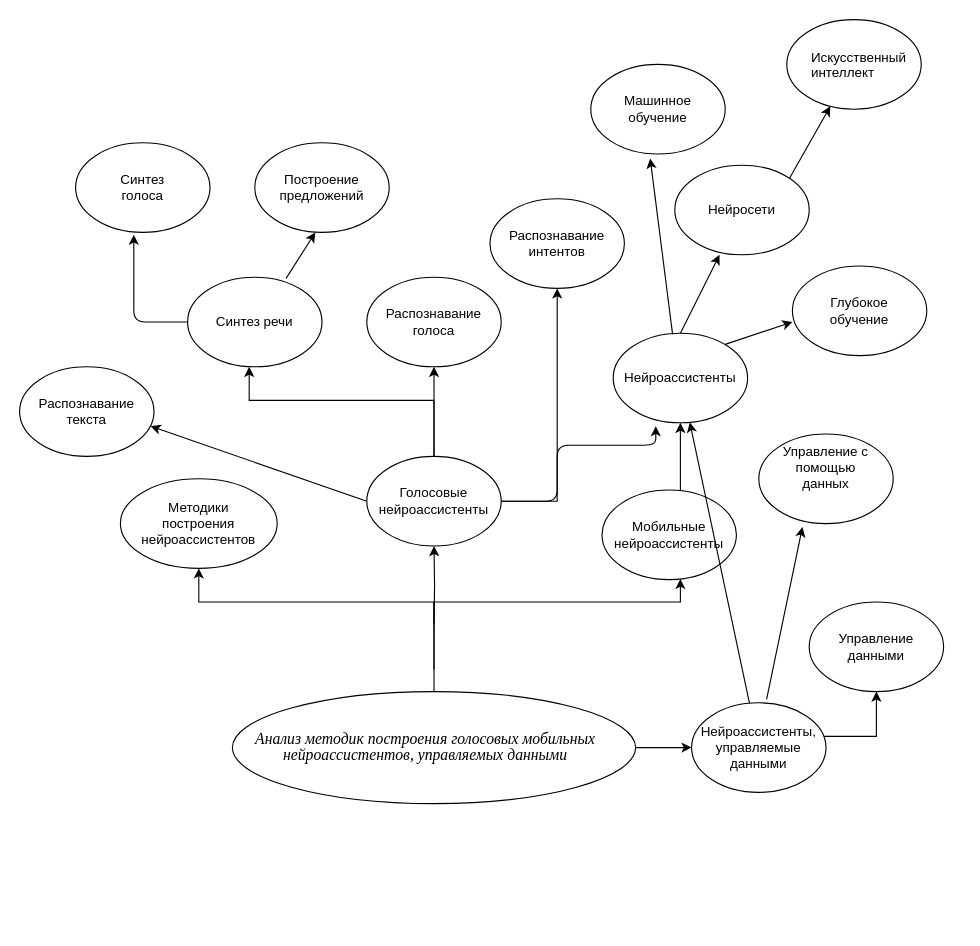
Above: mind_map.drawio in markelAV/mobile_app (draw.io), before the change. Source tidied: cells renumbered, new cells numbered last; positions are measured from the earlier drawing's top-left corner, leaving out a move shared by most shapes. Both pictures are drawn from the tidied source at 112%, with x=0, y=0 at pixel (19, 19).
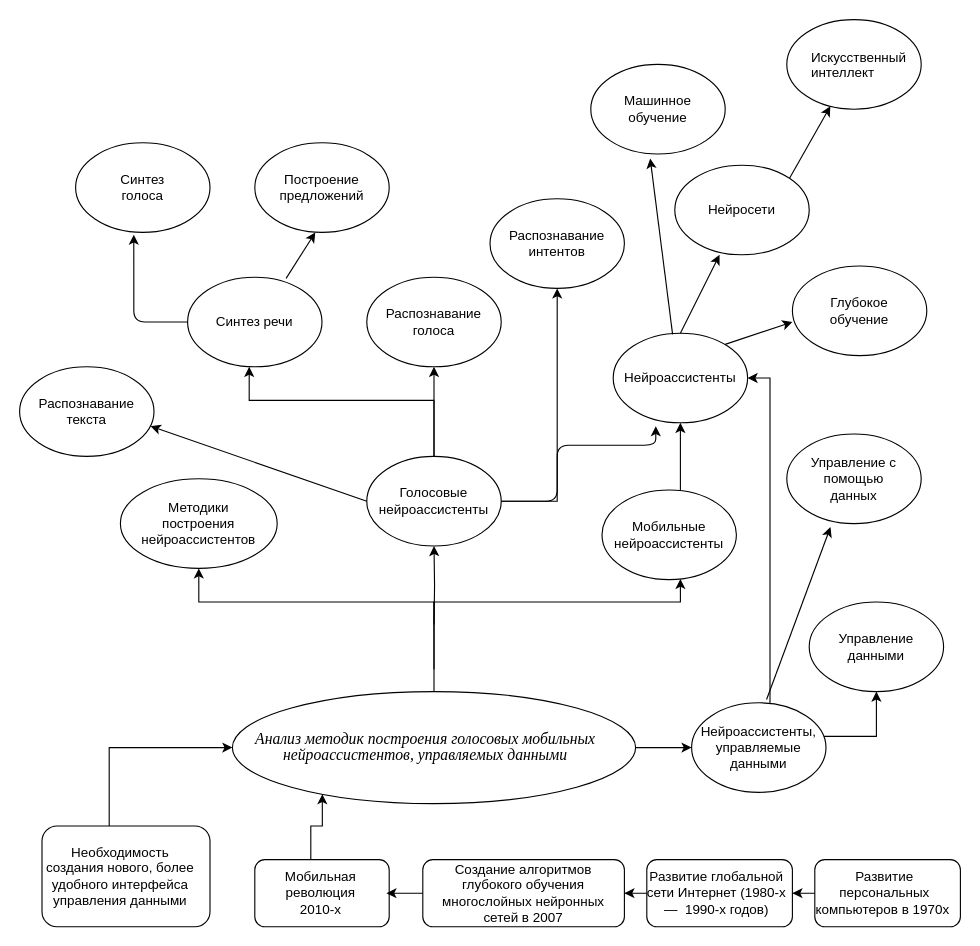
The same page after the edit.

The change refers to these unchanged cells:
```xml
<mxCell id="2" style="ellipse;whiteSpace=wrap;html=1;" parent="1" vertex="1">
  <mxGeometry x="190" y="600" width="360" height="100" as="geometry" />
</mxCell>
<mxCell id="29" style="ellipse;whiteSpace=wrap;html=1;" parent="1" vertex="1">
  <mxGeometry x="600" y="610" width="120" height="80" as="geometry" />
</mxCell>
<mxCell id="32" style="ellipse;whiteSpace=wrap;html=1;" parent="1" vertex="1">
  <mxGeometry x="530" y="280" width="120" height="80" as="geometry" />
</mxCell>
```

What changed in the source:
```diff
@@
     <mxCell id="25" style="ellipse;whiteSpace=wrap;html=1;" parent="1" vertex="1">
-      <mxGeometry x="660" y="370" width="120" height="80" as="geometry" />
+      <mxGeometry x="685" y="370" width="120" height="80" as="geometry" />
     </mxCell>
@@
     <mxCell id="27" style="edgeStyle=orthogonalEdgeStyle;rounded=0;jettySize=auto;html=1;" parent="1" edge="1" source="29" target="32">
       <mxGeometry relative="1" as="geometry">
         <Array as="points">
-          <mxPoint x="648" y="640" />
+          <mxPoint x="670" y="320" />
         </Array>
       </mxGeometry>
     </mxCell>
@@
     <mxCell id="40" value="Управление с помощью данных" style="text;html=1;strokeColor=none;fillColor=none;align=center;verticalAlign=middle;whiteSpace=wrap;rounded=0;" parent="1" vertex="1">
-      <mxGeometry x="670" y="380" width="100" height="40" as="geometry" />
+      <mxGeometry x="695" y="390" width="100" height="40" as="geometry" />
     </mxCell>
@@
+    <mxCell id="57" style="edgeStyle=orthogonalEdgeStyle;rounded=0;jettySize=auto;html=1;entryX=0.223;entryY=0.916;entryDx=0;entryDy=0;entryPerimeter=0;" parent="1" edge="1" source="58" target="2">
+      <mxGeometry relative="1" as="geometry">
+        <Array as="points">
+          <mxPoint x="260" y="720" />
+          <mxPoint x="270" y="720" />
+        </Array>
+      </mxGeometry>
+    </mxCell>
+    <mxCell id="58" style="rounded=1;whiteSpace=wrap;html=1;" parent="1" vertex="1">
+      <mxGeometry x="210" y="750" width="120" height="60" as="geometry" />
+    </mxCell>
+    <mxCell id="59" style="edgeStyle=orthogonalEdgeStyle;rounded=0;jettySize=auto;html=1;" parent="1" edge="1" source="60" target="63">
+      <mxGeometry relative="1" as="geometry" />
+    </mxCell>
+    <mxCell id="60" style="rounded=1;whiteSpace=wrap;html=1;" parent="1" vertex="1">
+      <mxGeometry x="360" y="750" width="180" height="60" as="geometry" />
+    </mxCell>
+    <mxCell id="61" style="edgeStyle=orthogonalEdgeStyle;rounded=0;jettySize=auto;html=1;" parent="1" edge="1" source="62" target="65">
+      <mxGeometry relative="1" as="geometry" />
+    </mxCell>
+    <mxCell id="62" style="rounded=1;whiteSpace=wrap;html=1;" parent="1" vertex="1">
+      <mxGeometry x="560" y="750" width="130" height="60" as="geometry" />
+    </mxCell>
+    <mxCell id="63" value="Мобильная революция&lt;br&gt;2010-x" style="text;html=1;strokeColor=none;fillColor=none;align=center;verticalAlign=middle;whiteSpace=wrap;rounded=0;" parent="1" vertex="1">
+      <mxGeometry x="210" y="770" width="117.5" height="20" as="geometry" />
+    </mxCell>
+    <mxCell id="64" value="Развитие глобальной сети Интернет (1980-х —&amp;nbsp; 1990-х годов)" style="text;html=1;strokeColor=none;fillColor=none;align=center;verticalAlign=middle;whiteSpace=wrap;rounded=0;" parent="1" vertex="1">
+      <mxGeometry x="555" y="770" width="135" height="20" as="geometry" />
+    </mxCell>
+    <mxCell id="65" value="Создание алгоритмов глубокого обучения многослойных нейронных сетей в 2007" style="text;html=1;strokeColor=none;fillColor=none;align=center;verticalAlign=middle;whiteSpace=wrap;rounded=0;" parent="1" vertex="1">
+      <mxGeometry x="360" y="760" width="180" height="40" as="geometry" />
+    </mxCell>
+    <mxCell id="66" style="edgeStyle=orthogonalEdgeStyle;rounded=0;jettySize=auto;html=1;" parent="1" edge="1" source="67" target="64">
+      <mxGeometry relative="1" as="geometry" />
+    </mxCell>
+    <mxCell id="67" style="rounded=1;whiteSpace=wrap;html=1;" parent="1" vertex="1">
+      <mxGeometry x="710" y="750" width="130" height="60" as="geometry" />
+    </mxCell>
+    <mxCell id="68" value="Развитие персональных компьютеров в 1970х&amp;nbsp;" style="text;html=1;strokeColor=none;fillColor=none;align=center;verticalAlign=middle;whiteSpace=wrap;rounded=0;" parent="1" vertex="1">
+      <mxGeometry x="705" y="770" width="135" height="20" as="geometry" />
+    </mxCell>
+    <mxCell id="69" style="edgeStyle=orthogonalEdgeStyle;rounded=0;jettySize=auto;html=1;entryX=0;entryY=0.5;entryDx=0;entryDy=0;" parent="1" edge="1" source="70" target="2">
+      <mxGeometry relative="1" as="geometry">
+        <Array as="points">
+          <mxPoint x="80" y="650" />
+        </Array>
+      </mxGeometry>
+    </mxCell>
+    <mxCell id="70" style="rounded=1;whiteSpace=wrap;html=1;" parent="1" vertex="1">
+      <mxGeometry x="20" y="720" width="150" height="90" as="geometry" />
+    </mxCell>
+    <mxCell id="71" value="Необходимость создания нового, более удобного интерфейса управления данными" style="text;html=1;strokeColor=none;fillColor=none;align=center;verticalAlign=middle;whiteSpace=wrap;rounded=0;" parent="1" vertex="1">
+      <mxGeometry x="20" y="755" width="140" height="20" as="geometry" />
+    </mxCell>
```
